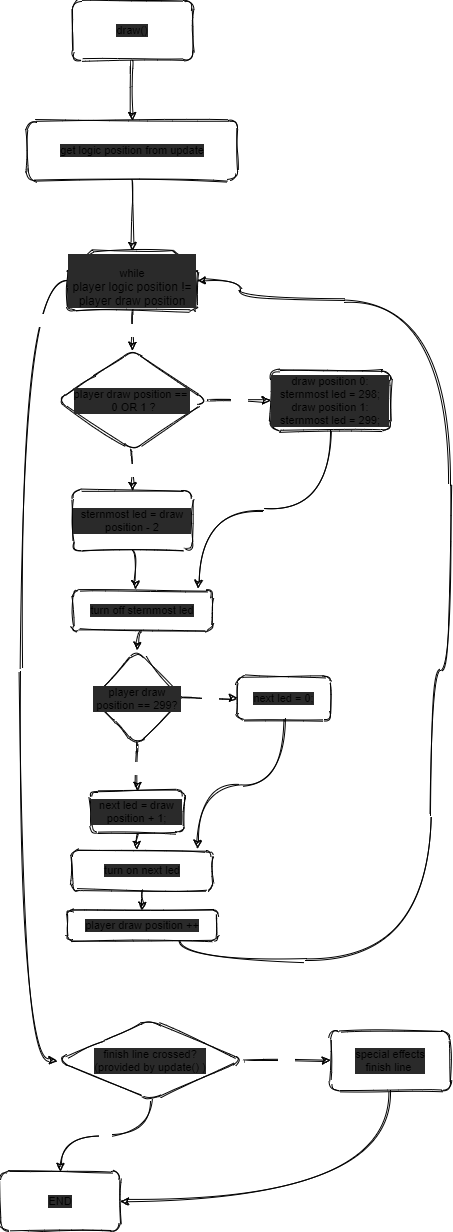
cptwtf/ledrace keeps this draw.io diagram as Doku/Diagramme/function_drawV2.png. Above is the earlier version. Source tidied: cells renumbered, new cells last; positions are measured from the earlier drawing's top-left corner, leaving out a move shared by most shapes.
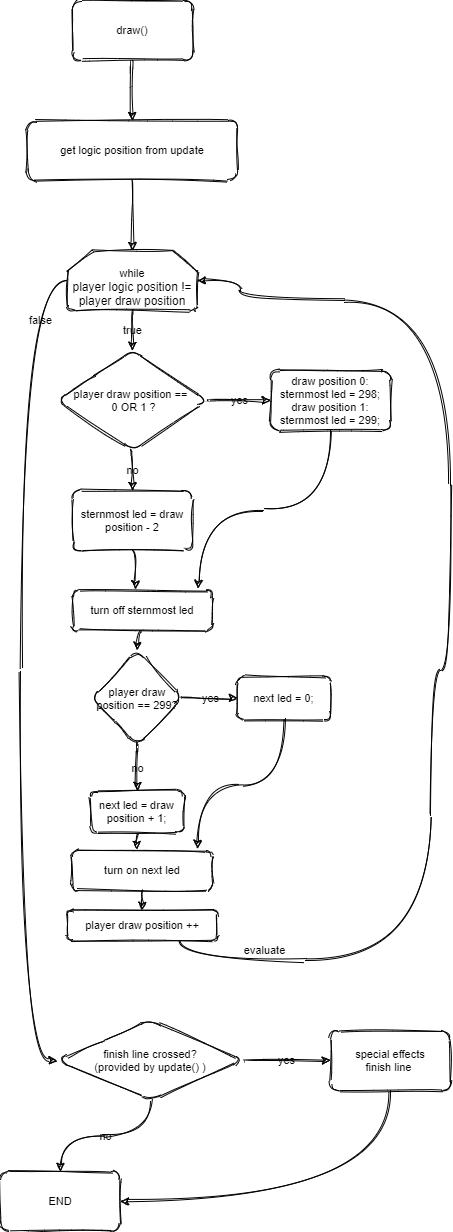
After the change.

The edit, as a diff of the source:
```diff
@@ -2,37 +2,37 @@
   <root>
     <mxCell id="0" />
     <mxCell id="1" parent="0" />
-    <mxCell id="2" style="edgeStyle=orthogonalEdgeStyle;curved=1;rounded=1;sketch=1;jettySize=auto;html=1;entryX=0.5;entryY=0;entryDx=0;entryDy=0;shadow=0;fontColor=#FFFFFF;fillColor=none;" parent="1" edge="1" source="3" target="5">
+    <mxCell id="2" style="edgeStyle=orthogonalEdgeStyle;curved=1;rounded=1;sketch=1;jettySize=auto;html=1;entryX=0.5;entryY=0;entryDx=0;entryDy=0;shadow=0;fillColor=none;strokeColor=#000000;fontColor=#000000;labelBackgroundColor=none;" parent="1" edge="1" source="3" target="5">
       <mxGeometry relative="1" as="geometry" />
     </mxCell>
-    <mxCell id="3" value="draw()" style="rounded=1;whiteSpace=wrap;html=1;shadow=0;sketch=1;fontSize=11;labelBackgroundColor=#2a2a2a;endArrow=classic;fillColor=none;" parent="1" vertex="1">
+    <mxCell id="3" value="draw()" style="rounded=1;whiteSpace=wrap;html=1;shadow=0;sketch=1;fontSize=11;labelBackgroundColor=none;endArrow=classic;fillColor=none;strokeColor=#000000;fontColor=#000000;" parent="1" vertex="1">
       <mxGeometry x="71.9" width="120" height="60" as="geometry" />
     </mxCell>
-    <mxCell id="4" style="edgeStyle=orthogonalEdgeStyle;curved=1;rounded=1;sketch=1;jettySize=auto;html=1;exitX=0.5;exitY=1;exitDx=0;exitDy=0;shadow=0;entryX=0.5;entryY=0;entryDx=0;entryDy=0;entryPerimeter=0;fontColor=#FFFFFF;fillColor=none;" parent="1" edge="1" source="5" target="13">
+    <mxCell id="4" style="edgeStyle=orthogonalEdgeStyle;curved=1;rounded=1;sketch=1;jettySize=auto;html=1;exitX=0.5;exitY=1;exitDx=0;exitDy=0;shadow=0;entryX=0.5;entryY=0;entryDx=0;entryDy=0;entryPerimeter=0;fillColor=none;strokeColor=#000000;fontColor=#000000;labelBackgroundColor=none;" parent="1" edge="1" source="5" target="13">
       <mxGeometry relative="1" as="geometry" />
     </mxCell>
-    <mxCell id="5" value="get logic position from update" style="rounded=1;whiteSpace=wrap;html=1;shadow=0;sketch=1;fontSize=11;labelBackgroundColor=#2a2a2a;endArrow=classic;fillColor=none;" parent="1" vertex="1">
+    <mxCell id="5" value="get logic position from update" style="rounded=1;whiteSpace=wrap;html=1;shadow=0;sketch=1;fontSize=11;labelBackgroundColor=none;endArrow=classic;fillColor=none;strokeColor=#000000;fontColor=#000000;" parent="1" vertex="1">
       <mxGeometry x="26.9" y="120" width="210" height="60" as="geometry" />
     </mxCell>
-    <mxCell id="6" value="yes" style="edgeStyle=orthogonalEdgeStyle;curved=1;rounded=1;sketch=1;jettySize=auto;html=1;exitX=1;exitY=0.5;exitDx=0;exitDy=0;entryX=0;entryY=0.5;entryDx=0;entryDy=0;shadow=0;fontColor=#FFFFFF;fillColor=none;" parent="1" edge="1" source="8" target="10">
+    <mxCell id="6" value="yes" style="edgeStyle=orthogonalEdgeStyle;curved=1;rounded=1;sketch=1;jettySize=auto;html=1;exitX=1;exitY=0.5;exitDx=0;exitDy=0;entryX=0;entryY=0.5;entryDx=0;entryDy=0;shadow=0;fillColor=none;strokeColor=#000000;fontColor=#000000;labelBackgroundColor=none;" parent="1" edge="1" source="8" target="10">
       <mxGeometry relative="1" as="geometry" />
     </mxCell>
-    <mxCell id="7" value="no" style="edgeStyle=orthogonalEdgeStyle;curved=1;rounded=1;sketch=1;jettySize=auto;html=1;exitX=0.5;exitY=1;exitDx=0;exitDy=0;shadow=0;entryX=0.5;entryY=0;entryDx=0;entryDy=0;fontColor=#FFFFFF;fillColor=none;" parent="1" edge="1" source="8" target="11">
+    <mxCell id="7" value="no" style="edgeStyle=orthogonalEdgeStyle;curved=1;rounded=1;sketch=1;jettySize=auto;html=1;exitX=0.5;exitY=1;exitDx=0;exitDy=0;shadow=0;entryX=0.5;entryY=0;entryDx=0;entryDy=0;fillColor=none;strokeColor=#000000;fontColor=#000000;labelBackgroundColor=none;" parent="1" edge="1" source="8" target="11">
       <mxGeometry relative="1" as="geometry" />
     </mxCell>
-    <mxCell id="8" value="finish line crossed?&lt;br&gt;(provided by update() )" style="rhombus;whiteSpace=wrap;html=1;rounded=1;shadow=0;sketch=1;fontSize=11;labelBackgroundColor=#2a2a2a;endArrow=classic;fillColor=none;" parent="1" vertex="1">
+    <mxCell id="8" value="finish line crossed?&lt;br&gt;(provided by update() )" style="rhombus;whiteSpace=wrap;html=1;rounded=1;shadow=0;sketch=1;fontSize=11;labelBackgroundColor=none;endArrow=classic;fillColor=none;strokeColor=#000000;fontColor=#000000;" parent="1" vertex="1">
       <mxGeometry x="56.9" y="1020" width="186.2" height="80" as="geometry" />
     </mxCell>
-    <mxCell id="9" style="edgeStyle=orthogonalEdgeStyle;curved=1;rounded=1;sketch=1;jettySize=auto;html=1;exitX=0.5;exitY=1;exitDx=0;exitDy=0;entryX=1;entryY=0.5;entryDx=0;entryDy=0;shadow=0;fontColor=#FFFFFF;fillColor=none;" parent="1" edge="1" source="10" target="11">
+    <mxCell id="9" style="edgeStyle=orthogonalEdgeStyle;curved=1;rounded=1;sketch=1;jettySize=auto;html=1;exitX=0.5;exitY=1;exitDx=0;exitDy=0;entryX=1;entryY=0.5;entryDx=0;entryDy=0;shadow=0;fillColor=none;strokeColor=#000000;fontColor=#000000;labelBackgroundColor=none;" parent="1" edge="1" source="10" target="11">
       <mxGeometry relative="1" as="geometry" />
     </mxCell>
-    <mxCell id="10" value="special effects&lt;br&gt;finish line&amp;nbsp;" style="rounded=1;whiteSpace=wrap;html=1;shadow=0;sketch=1;fontSize=11;labelBackgroundColor=#2a2a2a;endArrow=classic;fillColor=none;" parent="1" vertex="1">
+    <mxCell id="10" value="special effects&lt;br&gt;finish line&amp;nbsp;" style="rounded=1;whiteSpace=wrap;html=1;shadow=0;sketch=1;fontSize=11;labelBackgroundColor=none;endArrow=classic;fillColor=none;strokeColor=#000000;fontColor=#000000;" parent="1" vertex="1">
       <mxGeometry x="330" y="1030" width="120" height="60" as="geometry" />
     </mxCell>
-    <mxCell id="11" value="END" style="rounded=1;whiteSpace=wrap;html=1;shadow=0;sketch=1;fontSize=11;labelBackgroundColor=#2a2a2a;endArrow=classic;fillColor=none;" parent="1" vertex="1">
+    <mxCell id="11" value="END" style="rounded=1;whiteSpace=wrap;html=1;shadow=0;sketch=1;fontSize=11;labelBackgroundColor=none;endArrow=classic;fillColor=none;strokeColor=#000000;fontColor=#000000;" parent="1" vertex="1">
       <mxGeometry y="1171" width="120" height="60" as="geometry" />
     </mxCell>
-    <mxCell id="12" value="false" style="edgeStyle=orthogonalEdgeStyle;curved=1;sketch=1;jettySize=auto;html=1;exitX=0;exitY=0.5;exitDx=0;exitDy=0;exitPerimeter=0;entryX=0;entryY=0.5;entryDx=0;entryDy=0;shadow=0;fontColor=#FFFFFF;fillColor=none;" parent="1" edge="1" source="13" target="8">
+    <mxCell id="12" value="false" style="edgeStyle=orthogonalEdgeStyle;curved=1;sketch=1;jettySize=auto;html=1;exitX=0;exitY=0.5;exitDx=0;exitDy=0;exitPerimeter=0;entryX=0;entryY=0.5;entryDx=0;entryDy=0;shadow=0;fillColor=none;strokeColor=#000000;fontColor=#000000;labelBackgroundColor=none;" parent="1" edge="1" source="13" target="8">
       <mxGeometry x="-0.8" y="20" relative="1" as="geometry">
         <Array as="points">
           <mxPoint x="20" y="280" />
@@ -40,10 +40,10 @@
         </Array>
       </mxGeometry>
     </mxCell>
-    <mxCell id="13" value="&lt;br&gt;while&lt;br&gt;&lt;span style=&quot;font-family: helvetica; font-size: 12px; font-style: normal; font-weight: 400; letter-spacing: normal; text-align: center; text-indent: 0px; text-transform: none; word-spacing: 0px; background-color: rgb(42, 42, 42); display: inline; float: none;&quot;&gt;player logic position != player draw position&lt;/span&gt;" style="html=1;shape=mxgraph.flowchart.loop_limit;whiteSpace=wrap;rounded=1;shadow=0;fontSize=11;labelBackgroundColor=#2a2a2a;endArrow=classic;sketch=1;fillColor=none;" parent="1" vertex="1">
+    <mxCell id="13" value="&lt;br&gt;while&lt;br&gt;&lt;span style=&quot;font-family: helvetica; font-size: 12px; font-style: normal; font-weight: 400; letter-spacing: normal; text-align: center; text-indent: 0px; text-transform: none; word-spacing: 0px; display: inline; float: none;&quot;&gt;player logic position != player draw position&lt;/span&gt;" style="html=1;shape=mxgraph.flowchart.loop_limit;whiteSpace=wrap;rounded=1;shadow=0;fontSize=11;labelBackgroundColor=none;endArrow=classic;sketch=1;fillColor=none;strokeColor=#000000;fontColor=#000000;" parent="1" vertex="1">
       <mxGeometry x="66.9" y="250" width="130" height="60" as="geometry" />
     </mxCell>
-    <mxCell id="14" value="evaluate" style="edgeStyle=orthogonalEdgeStyle;curved=1;sketch=1;jettySize=auto;html=1;entryX=1;entryY=0.5;entryDx=0;entryDy=0;entryPerimeter=0;shadow=0;exitX=0.75;exitY=1;exitDx=0;exitDy=0;fontColor=#FFFFFF;fillColor=none;" parent="1" edge="1" source="34" target="13">
+    <mxCell id="14" value="evaluate" style="edgeStyle=orthogonalEdgeStyle;curved=1;sketch=1;jettySize=auto;html=1;entryX=1;entryY=0.5;entryDx=0;entryDy=0;entryPerimeter=0;shadow=0;exitX=0.75;exitY=1;exitDx=0;exitDy=0;fillColor=none;strokeColor=#000000;fontColor=#000000;labelBackgroundColor=none;" parent="1" edge="1" source="34" target="13">
       <mxGeometry x="-0.83" y="10" relative="1" as="geometry">
         <Array as="points">
           <mxPoint x="179" y="960" />
@@ -56,64 +56,64 @@
         </Array>
       </mxGeometry>
     </mxCell>
-    <mxCell id="15" style="edgeStyle=orthogonalEdgeStyle;curved=1;sketch=1;jettySize=auto;html=1;exitX=0.5;exitY=1;exitDx=0;exitDy=0;entryX=1;entryY=0.5;entryDx=0;entryDy=0;shadow=0;fontColor=#FFFFFF;fillColor=none;" parent="1" edge="1" source="16" target="27">
+    <mxCell id="15" style="edgeStyle=orthogonalEdgeStyle;curved=1;sketch=1;jettySize=auto;html=1;exitX=0.5;exitY=1;exitDx=0;exitDy=0;entryX=1;entryY=0.5;entryDx=0;entryDy=0;shadow=0;fillColor=none;strokeColor=#000000;fontColor=#000000;labelBackgroundColor=none;" parent="1" edge="1" source="16" target="27">
       <mxGeometry relative="1" as="geometry" />
     </mxCell>
-    <mxCell id="16" value="turn off sternmost led" style="rounded=1;whiteSpace=wrap;html=1;shadow=0;fontSize=11;labelBackgroundColor=#2a2a2a;endArrow=classic;sketch=1;fillColor=none;" parent="1" vertex="1">
+    <mxCell id="16" value="turn off sternmost led" style="rounded=1;whiteSpace=wrap;html=1;shadow=0;fontSize=11;labelBackgroundColor=none;endArrow=classic;sketch=1;fillColor=none;strokeColor=#000000;fontColor=#000000;" parent="1" vertex="1">
       <mxGeometry x="71.9" y="590" width="140" height="40" as="geometry" />
     </mxCell>
-    <mxCell id="17" value="yes" style="edgeStyle=orthogonalEdgeStyle;curved=1;sketch=1;jettySize=auto;html=1;exitX=1;exitY=0.5;exitDx=0;exitDy=0;entryX=0;entryY=0.5;entryDx=0;entryDy=0;shadow=0;fontColor=#FFFFFF;fillColor=none;" parent="1" edge="1" source="18" target="24">
+    <mxCell id="17" value="yes" style="edgeStyle=orthogonalEdgeStyle;curved=1;sketch=1;jettySize=auto;html=1;exitX=1;exitY=0.5;exitDx=0;exitDy=0;entryX=0;entryY=0.5;entryDx=0;entryDy=0;shadow=0;fillColor=none;strokeColor=#000000;fontColor=#000000;labelBackgroundColor=none;" parent="1" edge="1" source="18" target="24">
       <mxGeometry relative="1" as="geometry" />
     </mxCell>
-    <mxCell id="18" value="player draw position ==&amp;nbsp;&lt;br&gt;&amp;nbsp;0 OR 1 ?" style="rhombus;whiteSpace=wrap;html=1;rounded=1;shadow=0;fontSize=11;labelBackgroundColor=#2a2a2a;endArrow=classic;sketch=1;fillColor=none;" parent="1" vertex="1">
+    <mxCell id="18" value="player draw position ==&amp;nbsp;&lt;br&gt;&amp;nbsp;0 OR 1 ?" style="rhombus;whiteSpace=wrap;html=1;rounded=1;shadow=0;fontSize=11;labelBackgroundColor=none;endArrow=classic;sketch=1;fillColor=none;strokeColor=#000000;fontColor=#000000;" parent="1" vertex="1">
       <mxGeometry x="56.9" y="350" width="150" height="100" as="geometry" />
     </mxCell>
-    <mxCell id="19" value="true" style="edgeStyle=orthogonalEdgeStyle;curved=1;sketch=1;jettySize=auto;html=1;exitX=0.5;exitY=1;exitDx=0;exitDy=0;exitPerimeter=0;entryX=0.5;entryY=0;entryDx=0;entryDy=0;shadow=0;fontColor=#FFFFFF;fillColor=none;" parent="1" edge="1" source="13" target="18">
+    <mxCell id="19" value="true" style="edgeStyle=orthogonalEdgeStyle;curved=1;sketch=1;jettySize=auto;html=1;exitX=0.5;exitY=1;exitDx=0;exitDy=0;exitPerimeter=0;entryX=0.5;entryY=0;entryDx=0;entryDy=0;shadow=0;fillColor=none;strokeColor=#000000;fontColor=#000000;labelBackgroundColor=none;" parent="1" edge="1" source="13" target="18">
       <mxGeometry relative="1" as="geometry" />
     </mxCell>
-    <mxCell id="20" style="edgeStyle=orthogonalEdgeStyle;curved=1;sketch=1;jettySize=auto;html=1;exitX=0.5;exitY=1;exitDx=0;exitDy=0;entryX=0.452;entryY=-0.033;entryDx=0;entryDy=0;entryPerimeter=0;shadow=0;fontColor=#FFFFFF;fillColor=none;" parent="1" edge="1" source="21" target="16">
+    <mxCell id="20" style="edgeStyle=orthogonalEdgeStyle;curved=1;sketch=1;jettySize=auto;html=1;exitX=0.5;exitY=1;exitDx=0;exitDy=0;entryX=0.452;entryY=-0.033;entryDx=0;entryDy=0;entryPerimeter=0;shadow=0;fillColor=none;strokeColor=#000000;fontColor=#000000;labelBackgroundColor=none;" parent="1" edge="1" source="21" target="16">
       <mxGeometry relative="1" as="geometry" />
     </mxCell>
-    <mxCell id="21" value="sternmost led = draw position - 2" style="rounded=1;whiteSpace=wrap;html=1;shadow=0;fontSize=11;labelBackgroundColor=#2a2a2a;endArrow=classic;sketch=1;fillColor=none;" parent="1" vertex="1">
+    <mxCell id="21" value="sternmost led = draw position - 2" style="rounded=1;whiteSpace=wrap;html=1;shadow=0;fontSize=11;labelBackgroundColor=none;endArrow=classic;sketch=1;fillColor=none;strokeColor=#000000;fontColor=#000000;" parent="1" vertex="1">
       <mxGeometry x="71.9" y="490" width="120" height="60" as="geometry" />
     </mxCell>
-    <mxCell id="22" value="no" style="edgeStyle=orthogonalEdgeStyle;curved=1;sketch=1;jettySize=auto;html=1;exitX=0.5;exitY=1;exitDx=0;exitDy=0;exitPerimeter=0;entryX=0.5;entryY=0;entryDx=0;entryDy=0;shadow=0;fontColor=#FFFFFF;fillColor=none;" parent="1" edge="1" source="18" target="21">
+    <mxCell id="22" value="no" style="edgeStyle=orthogonalEdgeStyle;curved=1;sketch=1;jettySize=auto;html=1;exitX=0.5;exitY=1;exitDx=0;exitDy=0;exitPerimeter=0;entryX=0.5;entryY=0;entryDx=0;entryDy=0;shadow=0;fillColor=none;strokeColor=#000000;fontColor=#000000;labelBackgroundColor=none;" parent="1" edge="1" source="18" target="21">
       <mxGeometry relative="1" as="geometry" />
     </mxCell>
-    <mxCell id="23" style="edgeStyle=orthogonalEdgeStyle;curved=1;sketch=1;jettySize=auto;html=1;exitX=0.5;exitY=1;exitDx=0;exitDy=0;entryX=0.9;entryY=-0.05;entryDx=0;entryDy=0;entryPerimeter=0;shadow=0;fontColor=#FFFFFF;fillColor=none;" parent="1" edge="1" source="24" target="16">
+    <mxCell id="23" style="edgeStyle=orthogonalEdgeStyle;curved=1;sketch=1;jettySize=auto;html=1;exitX=0.5;exitY=1;exitDx=0;exitDy=0;entryX=0.9;entryY=-0.05;entryDx=0;entryDy=0;entryPerimeter=0;shadow=0;fillColor=none;strokeColor=#000000;fontColor=#000000;labelBackgroundColor=none;" parent="1" edge="1" source="24" target="16">
       <mxGeometry relative="1" as="geometry" />
     </mxCell>
-    <mxCell id="24" value="draw position 0: sternmost led = 298;&lt;br&gt;draw position 1:&lt;br&gt;sternmost led = 299;" style="rounded=1;whiteSpace=wrap;html=1;shadow=0;fontSize=11;labelBackgroundColor=#2a2a2a;endArrow=classic;sketch=1;fillColor=none;" parent="1" vertex="1">
+    <mxCell id="24" value="draw position 0: sternmost led = 298;&lt;br&gt;draw position 1:&lt;br&gt;sternmost led = 299;" style="rounded=1;whiteSpace=wrap;html=1;shadow=0;fontSize=11;labelBackgroundColor=none;endArrow=classic;sketch=1;fillColor=none;strokeColor=#000000;fontColor=#000000;" parent="1" vertex="1">
       <mxGeometry x="270" y="370" width="120" height="60" as="geometry" />
     </mxCell>
-    <mxCell id="25" value="yes" style="edgeStyle=orthogonalEdgeStyle;curved=1;sketch=1;jettySize=auto;html=1;exitX=0.5;exitY=1;exitDx=0;exitDy=0;shadow=0;entryX=0;entryY=0.5;entryDx=0;entryDy=0;fontColor=#FFFFFF;fillColor=none;" parent="1" edge="1" source="27" target="29">
+    <mxCell id="25" value="yes" style="edgeStyle=orthogonalEdgeStyle;curved=1;sketch=1;jettySize=auto;html=1;exitX=0.5;exitY=1;exitDx=0;exitDy=0;shadow=0;entryX=0;entryY=0.5;entryDx=0;entryDy=0;fillColor=none;strokeColor=#000000;fontColor=#000000;labelBackgroundColor=none;" parent="1" edge="1" source="27" target="29">
       <mxGeometry relative="1" as="geometry" />
     </mxCell>
-    <mxCell id="26" value="no" style="edgeStyle=orthogonalEdgeStyle;curved=1;sketch=1;jettySize=auto;html=1;exitX=0;exitY=0.5;exitDx=0;exitDy=0;shadow=0;entryX=0.5;entryY=0;entryDx=0;entryDy=0;fontColor=#FFFFFF;fillColor=none;" parent="1" edge="1" source="27" target="31">
+    <mxCell id="26" value="no" style="edgeStyle=orthogonalEdgeStyle;curved=1;sketch=1;jettySize=auto;html=1;exitX=0;exitY=0.5;exitDx=0;exitDy=0;shadow=0;entryX=0.5;entryY=0;entryDx=0;entryDy=0;fillColor=none;strokeColor=#000000;fontColor=#000000;labelBackgroundColor=none;" parent="1" edge="1" source="27" target="31">
       <mxGeometry relative="1" as="geometry" />
     </mxCell>
-    <mxCell id="27" value="player draw position == 299?" style="rhombus;whiteSpace=wrap;html=1;direction=north;rounded=1;shadow=0;fontSize=11;labelBackgroundColor=#2a2a2a;endArrow=classic;sketch=1;fillColor=none;" parent="1" vertex="1">
+    <mxCell id="27" value="player draw position == 299?" style="rhombus;whiteSpace=wrap;html=1;direction=north;rounded=1;shadow=0;fontSize=11;labelBackgroundColor=none;endArrow=classic;sketch=1;fillColor=none;strokeColor=#000000;fontColor=#000000;" parent="1" vertex="1">
       <mxGeometry x="91.9" y="650" width="90" height="95" as="geometry" />
     </mxCell>
-    <mxCell id="28" style="edgeStyle=orthogonalEdgeStyle;curved=1;sketch=1;jettySize=auto;html=1;exitX=0.5;exitY=1;exitDx=0;exitDy=0;entryX=0.894;entryY=-0.05;entryDx=0;entryDy=0;entryPerimeter=0;shadow=0;fontColor=#FFFFFF;fillColor=none;" parent="1" edge="1" source="29" target="33">
+    <mxCell id="28" style="edgeStyle=orthogonalEdgeStyle;curved=1;sketch=1;jettySize=auto;html=1;exitX=0.5;exitY=1;exitDx=0;exitDy=0;entryX=0.894;entryY=-0.05;entryDx=0;entryDy=0;entryPerimeter=0;shadow=0;fillColor=none;strokeColor=#000000;fontColor=#000000;labelBackgroundColor=none;" parent="1" edge="1" source="29" target="33">
       <mxGeometry relative="1" as="geometry" />
     </mxCell>
-    <mxCell id="29" value="next led = 0;" style="rounded=1;whiteSpace=wrap;html=1;shadow=0;fontSize=11;labelBackgroundColor=#2a2a2a;endArrow=classic;sketch=1;fillColor=none;" parent="1" vertex="1">
+    <mxCell id="29" value="next led = 0;" style="rounded=1;whiteSpace=wrap;html=1;shadow=0;fontSize=11;labelBackgroundColor=none;endArrow=classic;sketch=1;fillColor=none;strokeColor=#000000;fontColor=#000000;" parent="1" vertex="1">
       <mxGeometry x="236.9" y="676.2" width="93.1" height="42.5" as="geometry" />
     </mxCell>
-    <mxCell id="30" style="edgeStyle=orthogonalEdgeStyle;curved=1;sketch=1;jettySize=auto;html=1;exitX=0.5;exitY=1;exitDx=0;exitDy=0;entryX=0.458;entryY=-0.025;entryDx=0;entryDy=0;entryPerimeter=0;shadow=0;fontColor=#FFFFFF;fillColor=none;" parent="1" edge="1" source="31" target="33">
+    <mxCell id="30" style="edgeStyle=orthogonalEdgeStyle;curved=1;sketch=1;jettySize=auto;html=1;exitX=0.5;exitY=1;exitDx=0;exitDy=0;entryX=0.458;entryY=-0.025;entryDx=0;entryDy=0;entryPerimeter=0;shadow=0;fillColor=none;strokeColor=#000000;fontColor=#000000;labelBackgroundColor=none;" parent="1" edge="1" source="31" target="33">
       <mxGeometry relative="1" as="geometry" />
     </mxCell>
-    <mxCell id="31" value="next led = draw position + 1;" style="rounded=1;whiteSpace=wrap;html=1;shadow=0;fontSize=11;labelBackgroundColor=#2a2a2a;endArrow=classic;sketch=1;fillColor=none;" parent="1" vertex="1">
+    <mxCell id="31" value="next led = draw position + 1;" style="rounded=1;whiteSpace=wrap;html=1;shadow=0;fontSize=11;labelBackgroundColor=none;endArrow=classic;sketch=1;fillColor=none;strokeColor=#000000;fontColor=#000000;" parent="1" vertex="1">
       <mxGeometry x="90.3" y="790" width="93.1" height="42.5" as="geometry" />
     </mxCell>
-    <mxCell id="32" style="edgeStyle=orthogonalEdgeStyle;curved=1;sketch=1;jettySize=auto;html=1;exitX=0.5;exitY=1;exitDx=0;exitDy=0;entryX=0.5;entryY=0;entryDx=0;entryDy=0;shadow=0;fontColor=#FFFFFF;fillColor=none;" parent="1" edge="1" source="33" target="34">
+    <mxCell id="32" style="edgeStyle=orthogonalEdgeStyle;curved=1;sketch=1;jettySize=auto;html=1;exitX=0.5;exitY=1;exitDx=0;exitDy=0;entryX=0.5;entryY=0;entryDx=0;entryDy=0;shadow=0;fillColor=none;strokeColor=#000000;fontColor=#000000;labelBackgroundColor=none;" parent="1" edge="1" source="33" target="34">
       <mxGeometry relative="1" as="geometry" />
     </mxCell>
-    <mxCell id="33" value="turn on next led" style="rounded=1;whiteSpace=wrap;html=1;shadow=0;fontSize=11;labelBackgroundColor=#2a2a2a;endArrow=classic;sketch=1;fillColor=none;" parent="1" vertex="1">
+    <mxCell id="33" value="turn on next led" style="rounded=1;whiteSpace=wrap;html=1;shadow=0;fontSize=11;labelBackgroundColor=none;endArrow=classic;sketch=1;fillColor=none;strokeColor=#000000;fontColor=#000000;" parent="1" vertex="1">
       <mxGeometry x="71.9" y="850" width="140" height="40" as="geometry" />
     </mxCell>
-    <mxCell id="34" value="player draw position ++" style="rounded=1;whiteSpace=wrap;html=1;shadow=0;fontSize=11;labelBackgroundColor=#2a2a2a;endArrow=classic;sketch=1;fillColor=none;" parent="1" vertex="1">
+    <mxCell id="34" value="player draw position ++" style="rounded=1;whiteSpace=wrap;html=1;shadow=0;fontSize=11;labelBackgroundColor=none;endArrow=classic;sketch=1;fillColor=none;strokeColor=#000000;fontColor=#000000;" parent="1" vertex="1">
       <mxGeometry x="66.9" y="910" width="150" height="30" as="geometry" />
     </mxCell>
   </root>
```
